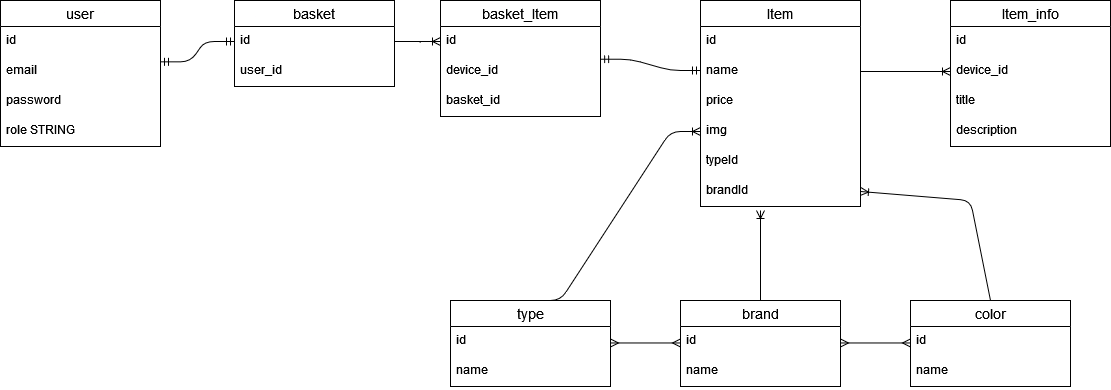
DmitriyChvanov/SPO-1 keeps this draw.io diagram as SPO1.drawio.png. Above is the earlier version. Source tidied: cells renumbered, new cells last; positions are measured from the earlier drawing's top-left corner, leaving out a move shared by most shapes. The source it was exported from:
```xml
<mxGraphModel>
  <root>
    <mxCell id="0" />
    <mxCell id="1" parent="0" />
    <mxCell id="2" value="user" style="swimlane;fontStyle=0;horizontal=1;startSize=26;align=center;fontSize=14;" parent="1" vertex="1">
      <mxGeometry width="160" height="146" as="geometry" />
    </mxCell>
    <mxCell id="3" value="id" style="text;strokeColor=none;fillColor=none;spacingLeft=4;spacingRight=4;overflow=hidden;fontSize=12;" parent="2" vertex="1">
      <mxGeometry y="26" width="160" height="30" as="geometry" />
    </mxCell>
    <mxCell id="4" value="email" style="text;strokeColor=none;fillColor=none;spacingLeft=4;spacingRight=4;overflow=hidden;points=[[0,0.5],[1,0.5]];portConstraint=eastwest;fontSize=12;" parent="2" vertex="1">
      <mxGeometry y="56" width="160" height="30" as="geometry" />
    </mxCell>
    <mxCell id="5" value="password" style="text;strokeColor=none;fillColor=none;spacingLeft=4;spacingRight=4;overflow=hidden;fontSize=12;" parent="2" vertex="1">
      <mxGeometry y="86" width="160" height="30" as="geometry" />
    </mxCell>
    <mxCell id="6" value="role STRING" style="text;strokeColor=none;fillColor=none;spacingLeft=4;spacingRight=4;overflow=hidden;fontSize=12;" parent="2" vertex="1">
      <mxGeometry y="116" width="160" height="30" as="geometry" />
    </mxCell>
    <mxCell id="7" value="basket" style="swimlane;fontStyle=0;horizontal=1;startSize=26;align=center;fontSize=14;" parent="1" vertex="1">
      <mxGeometry x="234" width="160" height="86" as="geometry" />
    </mxCell>
    <mxCell id="8" value="id" style="text;strokeColor=none;fillColor=none;spacingLeft=4;spacingRight=4;overflow=hidden;points=[[0,0.5],[1,0.5]];portConstraint=eastwest;fontSize=12;" parent="7" vertex="1">
      <mxGeometry y="26" width="160" height="30" as="geometry" />
    </mxCell>
    <mxCell id="9" value="user_id" style="text;strokeColor=none;fillColor=none;spacingLeft=4;spacingRight=4;overflow=hidden;fontSize=12;" parent="7" vertex="1">
      <mxGeometry y="56" width="160" height="30" as="geometry" />
    </mxCell>
    <mxCell id="10" style="edgeStyle=entityRelationEdgeStyle;fontSize=12;html=1;endArrow=ERmandOne;startArrow=ERmandOne;exitX=1;exitY=0.178;exitDx=0;exitDy=0;exitPerimeter=0;entryX=0;entryY=0.5;entryDx=0;entryDy=0;" parent="1" edge="1" source="4" target="8">
      <mxGeometry relative="1" as="geometry" />
    </mxCell>
    <mxCell id="11" value="Item" style="swimlane;fontStyle=0;horizontal=1;startSize=26;align=center;fontSize=14;" parent="1" vertex="1">
      <mxGeometry x="700" width="160" height="206" as="geometry" />
    </mxCell>
    <mxCell id="12" value="id" style="text;strokeColor=none;fillColor=none;spacingLeft=4;spacingRight=4;overflow=hidden;fontSize=12;" parent="11" vertex="1">
      <mxGeometry y="26" width="160" height="30" as="geometry" />
    </mxCell>
    <mxCell id="13" value="name" style="text;strokeColor=none;fillColor=none;spacingLeft=4;spacingRight=4;overflow=hidden;points=[[0,0.5],[1,0.5]];portConstraint=eastwest;fontSize=12;" parent="11" vertex="1">
      <mxGeometry y="56" width="160" height="30" as="geometry" />
    </mxCell>
    <mxCell id="14" value="price" style="text;strokeColor=none;fillColor=none;spacingLeft=4;spacingRight=4;overflow=hidden;fontSize=12;" parent="11" vertex="1">
      <mxGeometry y="86" width="160" height="30" as="geometry" />
    </mxCell>
    <mxCell id="15" value="img" style="text;strokeColor=none;fillColor=none;spacingLeft=4;spacingRight=4;overflow=hidden;points=[[0,0.5],[1,0.5]];portConstraint=eastwest;fontSize=12;" parent="11" vertex="1">
      <mxGeometry y="116" width="160" height="30" as="geometry" />
    </mxCell>
    <mxCell id="16" value="typeId" style="text;strokeColor=none;fillColor=none;spacingLeft=4;spacingRight=4;overflow=hidden;fontSize=12;" parent="11" vertex="1">
      <mxGeometry y="146" width="160" height="30" as="geometry" />
    </mxCell>
    <mxCell id="17" value="brandId" style="text;strokeColor=none;fillColor=none;spacingLeft=4;spacingRight=4;overflow=hidden;points=[[0,0.5],[1,0.5]];portConstraint=eastwest;fontSize=12;" parent="11" vertex="1">
      <mxGeometry y="176" width="160" height="30" as="geometry" />
    </mxCell>
    <mxCell id="18" value="type" style="swimlane;fontStyle=0;horizontal=1;startSize=26;align=center;fontSize=14;" parent="1" vertex="1">
      <mxGeometry x="450" y="300" width="160" height="86" as="geometry" />
    </mxCell>
    <mxCell id="19" value="id" style="text;strokeColor=none;fillColor=none;spacingLeft=4;spacingRight=4;overflow=hidden;fontSize=12;" parent="18" vertex="1">
      <mxGeometry y="26" width="160" height="30" as="geometry" />
    </mxCell>
    <mxCell id="20" value="name" style="text;strokeColor=none;fillColor=none;spacingLeft=4;spacingRight=4;overflow=hidden;points=[[0,0.5],[1,0.5]];portConstraint=eastwest;fontSize=12;" parent="18" vertex="1">
      <mxGeometry y="56" width="160" height="30" as="geometry" />
    </mxCell>
    <mxCell id="21" value="brand" style="swimlane;fontStyle=0;horizontal=1;startSize=26;align=center;fontSize=14;" parent="1" vertex="1">
      <mxGeometry x="680" y="300" width="160" height="86" as="geometry" />
    </mxCell>
    <mxCell id="22" value="id" style="text;strokeColor=none;fillColor=none;spacingLeft=4;spacingRight=4;overflow=hidden;points=[[0,0.5],[1,0.5]];portConstraint=eastwest;fontSize=12;" parent="21" vertex="1">
      <mxGeometry y="26" width="160" height="30" as="geometry" />
    </mxCell>
    <mxCell id="23" value="name" style="text;strokeColor=none;fillColor=none;spacingLeft=4;spacingRight=4;overflow=hidden;points=[[0,0.5],[1,0.5]];portConstraint=eastwest;fontSize=12;" parent="21" vertex="1">
      <mxGeometry y="56" width="160" height="30" as="geometry" />
    </mxCell>
    <mxCell id="24" style="edgeStyle=entityRelationEdgeStyle;fontSize=12;html=1;endArrow=ERoneToMany;exitX=0.5;exitY=0;exitDx=0;exitDy=0;entryX=0;entryY=0.5;entryDx=0;entryDy=0;" parent="1" edge="1" source="18" target="15">
      <mxGeometry relative="1" as="geometry" />
    </mxCell>
    <mxCell id="25" style="fontSize=12;html=1;endArrow=ERoneToMany;exitX=0.5;exitY=0;exitDx=0;exitDy=0;" parent="1" edge="1" source="21">
      <mxGeometry relative="1" as="geometry">
        <mxPoint x="760" y="210" as="targetPoint" />
      </mxGeometry>
    </mxCell>
    <mxCell id="26" style="edgeStyle=entityRelationEdgeStyle;fontSize=12;html=1;endArrow=ERmany;startArrow=ERmany;exitX=1;exitY=0.5;exitDx=0;exitDy=0;entryX=0;entryY=0.5;entryDx=0;entryDy=0;" parent="1" edge="1">
      <mxGeometry relative="1" as="geometry">
        <mxPoint x="840" y="342.5" as="sourcePoint" />
        <mxPoint x="910" y="342.5" as="targetPoint" />
      </mxGeometry>
    </mxCell>
    <mxCell id="27" value="Item_info" style="swimlane;fontStyle=0;horizontal=1;startSize=26;align=center;fontSize=14;" parent="1" vertex="1">
      <mxGeometry x="950" width="160" height="146" as="geometry" />
    </mxCell>
    <mxCell id="28" value="id" style="text;strokeColor=none;fillColor=none;spacingLeft=4;spacingRight=4;overflow=hidden;fontSize=12;" parent="27" vertex="1">
      <mxGeometry y="26" width="160" height="30" as="geometry" />
    </mxCell>
    <mxCell id="29" value="device_id" style="text;strokeColor=none;fillColor=none;spacingLeft=4;spacingRight=4;overflow=hidden;points=[[0,0.5],[1,0.5]];portConstraint=eastwest;fontSize=12;" parent="27" vertex="1">
      <mxGeometry y="56" width="160" height="30" as="geometry" />
    </mxCell>
    <mxCell id="30" value="title" style="text;strokeColor=none;fillColor=none;spacingLeft=4;spacingRight=4;overflow=hidden;fontSize=12;" parent="27" vertex="1">
      <mxGeometry y="86" width="160" height="30" as="geometry" />
    </mxCell>
    <mxCell id="31" value="description" style="text;strokeColor=none;fillColor=none;spacingLeft=4;spacingRight=4;overflow=hidden;fontSize=12;" parent="27" vertex="1">
      <mxGeometry y="116" width="160" height="30" as="geometry" />
    </mxCell>
    <mxCell id="32" style="edgeStyle=entityRelationEdgeStyle;fontSize=12;html=1;endArrow=ERoneToMany;exitX=1;exitY=0.5;exitDx=0;exitDy=0;entryX=0;entryY=0.5;entryDx=0;entryDy=0;" parent="1" edge="1" source="13" target="29">
      <mxGeometry relative="1" as="geometry" />
    </mxCell>
    <mxCell id="33" value="basket_Item" style="swimlane;fontStyle=0;horizontal=1;startSize=26;align=center;fontSize=14;" parent="1" vertex="1">
      <mxGeometry x="440" width="160" height="116" as="geometry" />
    </mxCell>
    <mxCell id="34" value="id" style="text;strokeColor=none;fillColor=none;spacingLeft=4;spacingRight=4;overflow=hidden;points=[[0,0.5],[1,0.5]];portConstraint=eastwest;fontSize=12;" parent="33" vertex="1">
      <mxGeometry y="26" width="160" height="30" as="geometry" />
    </mxCell>
    <mxCell id="35" value="device_id" style="text;strokeColor=none;fillColor=none;spacingLeft=4;spacingRight=4;overflow=hidden;points=[[0,0.5],[1,0.5]];portConstraint=eastwest;fontSize=12;" parent="33" vertex="1">
      <mxGeometry y="56" width="160" height="30" as="geometry" />
    </mxCell>
    <mxCell id="36" value="basket_id" style="text;strokeColor=none;fillColor=none;spacingLeft=4;spacingRight=4;overflow=hidden;fontSize=12;" parent="33" vertex="1">
      <mxGeometry y="86" width="160" height="30" as="geometry" />
    </mxCell>
    <mxCell id="37" style="edgeStyle=entityRelationEdgeStyle;fontSize=12;html=1;endArrow=ERoneToMany;exitX=1;exitY=0.5;exitDx=0;exitDy=0;entryX=0;entryY=0.5;entryDx=0;entryDy=0;" parent="1" edge="1" source="8" target="34">
      <mxGeometry relative="1" as="geometry" />
    </mxCell>
    <mxCell id="38" style="edgeStyle=entityRelationEdgeStyle;fontSize=12;html=1;endArrow=ERmandOne;startArrow=ERmandOne;exitX=1.001;exitY=0.091;exitDx=0;exitDy=0;exitPerimeter=0;" parent="1" edge="1" source="35">
      <mxGeometry relative="1" as="geometry">
        <mxPoint x="700" y="70" as="targetPoint" />
      </mxGeometry>
    </mxCell>
    <mxCell id="39" value="color" style="swimlane;fontStyle=0;horizontal=1;startSize=26;align=center;fontSize=14;" parent="1" vertex="1">
      <mxGeometry x="910" y="300" width="160" height="86" as="geometry" />
    </mxCell>
    <mxCell id="40" value="id" style="text;strokeColor=none;fillColor=none;spacingLeft=4;spacingRight=4;overflow=hidden;fontSize=12;" parent="39" vertex="1">
      <mxGeometry y="26" width="160" height="30" as="geometry" />
    </mxCell>
    <mxCell id="41" value="name" style="text;strokeColor=none;fillColor=none;spacingLeft=4;spacingRight=4;overflow=hidden;fontSize=12;" parent="39" vertex="1">
      <mxGeometry y="56" width="160" height="30" as="geometry" />
    </mxCell>
    <mxCell id="42" style="edgeStyle=entityRelationEdgeStyle;fontSize=12;html=1;endArrow=ERmany;startArrow=ERmany;exitX=1;exitY=0.5;exitDx=0;exitDy=0;entryX=0;entryY=0.5;entryDx=0;entryDy=0;" parent="1" edge="1">
      <mxGeometry relative="1" as="geometry">
        <mxPoint x="610" y="342.5" as="sourcePoint" />
        <mxPoint x="680" y="342.5" as="targetPoint" />
      </mxGeometry>
    </mxCell>
    <mxCell id="43" style="fontSize=12;html=1;endArrow=ERoneToMany;exitX=0.5;exitY=0;exitDx=0;exitDy=0;entryX=1;entryY=0.5;entryDx=0;entryDy=0;" parent="1" edge="1" source="39" target="17">
      <mxGeometry relative="1" as="geometry">
        <Array as="points">
          <mxPoint x="970" y="200" />
        </Array>
      </mxGeometry>
    </mxCell>
  </root>
</mxGraphModel>
```
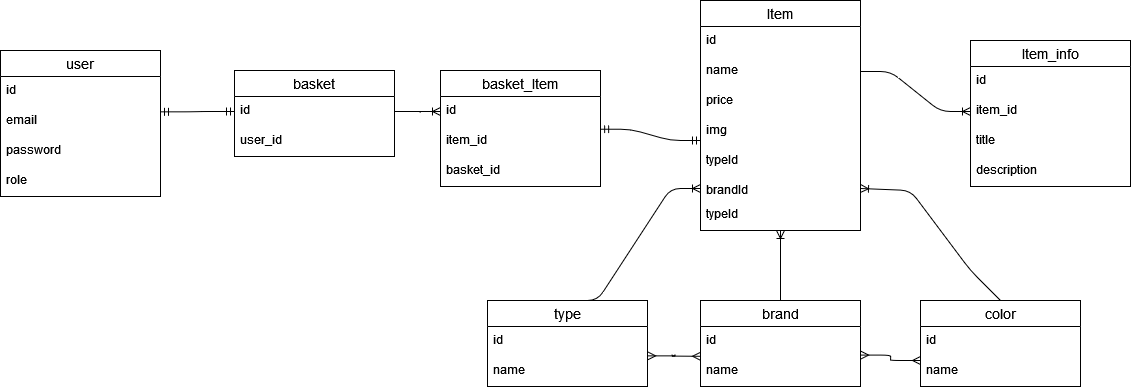
After the commit.

What changed in the source:
```diff
@@ -3,7 +3,7 @@
     <mxCell id="0" />
     <mxCell id="1" parent="0" />
     <mxCell id="2" value="user" style="swimlane;fontStyle=0;horizontal=1;startSize=26;align=center;fontSize=14;" parent="1" vertex="1">
-      <mxGeometry width="160" height="146" as="geometry" />
+      <mxGeometry y="-20" width="160" height="146" as="geometry" />
     </mxCell>
     <mxCell id="3" value="id" style="text;strokeColor=none;fillColor=none;spacingLeft=4;spacingRight=4;overflow=hidden;fontSize=12;" parent="2" vertex="1">
       <mxGeometry y="26" width="160" height="30" as="geometry" />
@@ -14,7 +14,7 @@
     <mxCell id="5" value="password" style="text;strokeColor=none;fillColor=none;spacingLeft=4;spacingRight=4;overflow=hidden;fontSize=12;" parent="2" vertex="1">
       <mxGeometry y="86" width="160" height="30" as="geometry" />
     </mxCell>
-    <mxCell id="6" value="role STRING" style="text;strokeColor=none;fillColor=none;spacingLeft=4;spacingRight=4;overflow=hidden;fontSize=12;" parent="2" vertex="1">
+    <mxCell id="6" value="role" style="text;strokeColor=none;fillColor=none;spacingLeft=4;spacingRight=4;overflow=hidden;fontSize=12;" parent="2" vertex="1">
       <mxGeometry y="116" width="160" height="30" as="geometry" />
     </mxCell>
     <mxCell id="7" value="basket" style="swimlane;fontStyle=0;horizontal=1;startSize=26;align=center;fontSize=14;" parent="1" vertex="1">
@@ -30,7 +30,7 @@
       <mxGeometry relative="1" as="geometry" />
     </mxCell>
     <mxCell id="11" value="Item" style="swimlane;fontStyle=0;horizontal=1;startSize=26;align=center;fontSize=14;" parent="1" vertex="1">
-      <mxGeometry x="700" width="160" height="206" as="geometry" />
+      <mxGeometry x="700" y="-70" width="160" height="230" as="geometry" />
     </mxCell>
     <mxCell id="12" value="id" style="text;strokeColor=none;fillColor=none;spacingLeft=4;spacingRight=4;overflow=hidden;fontSize=12;" parent="11" vertex="1">
       <mxGeometry y="26" width="160" height="30" as="geometry" />
@@ -48,10 +48,13 @@
       <mxGeometry y="146" width="160" height="30" as="geometry" />
     </mxCell>
     <mxCell id="17" value="brandId" style="text;strokeColor=none;fillColor=none;spacingLeft=4;spacingRight=4;overflow=hidden;points=[[0,0.5],[1,0.5]];portConstraint=eastwest;fontSize=12;" parent="11" vertex="1">
-      <mxGeometry y="176" width="160" height="30" as="geometry" />
+      <mxGeometry y="176" width="160" height="24" as="geometry" />
     </mxCell>
+    <mxCell id="44" value="typeId" style="text;strokeColor=none;fillColor=none;spacingLeft=4;spacingRight=4;overflow=hidden;fontSize=12;" parent="11" vertex="1">
+      <mxGeometry y="200" width="160" height="30" as="geometry" />
+    </mxCell>
     <mxCell id="18" value="type" style="swimlane;fontStyle=0;horizontal=1;startSize=26;align=center;fontSize=14;" parent="1" vertex="1">
-      <mxGeometry x="450" y="300" width="160" height="86" as="geometry" />
+      <mxGeometry x="487" y="230" width="160" height="86" as="geometry" />
     </mxCell>
     <mxCell id="19" value="id" style="text;strokeColor=none;fillColor=none;spacingLeft=4;spacingRight=4;overflow=hidden;fontSize=12;" parent="18" vertex="1">
       <mxGeometry y="26" width="160" height="30" as="geometry" />
@@ -60,7 +63,7 @@
       <mxGeometry y="56" width="160" height="30" as="geometry" />
     </mxCell>
     <mxCell id="21" value="brand" style="swimlane;fontStyle=0;horizontal=1;startSize=26;align=center;fontSize=14;" parent="1" vertex="1">
-      <mxGeometry x="680" y="300" width="160" height="86" as="geometry" />
+      <mxGeometry x="700" y="230" width="160" height="86" as="geometry" />
     </mxCell>
     <mxCell id="22" value="id" style="text;strokeColor=none;fillColor=none;spacingLeft=4;spacingRight=4;overflow=hidden;points=[[0,0.5],[1,0.5]];portConstraint=eastwest;fontSize=12;" parent="21" vertex="1">
       <mxGeometry y="26" width="160" height="30" as="geometry" />
@@ -68,27 +71,31 @@
     <mxCell id="23" value="name" style="text;strokeColor=none;fillColor=none;spacingLeft=4;spacingRight=4;overflow=hidden;points=[[0,0.5],[1,0.5]];portConstraint=eastwest;fontSize=12;" parent="21" vertex="1">
       <mxGeometry y="56" width="160" height="30" as="geometry" />
     </mxCell>
-    <mxCell id="24" style="edgeStyle=entityRelationEdgeStyle;fontSize=12;html=1;endArrow=ERoneToMany;exitX=0.5;exitY=0;exitDx=0;exitDy=0;entryX=0;entryY=0.5;entryDx=0;entryDy=0;" parent="1" edge="1" source="18" target="15">
+    <mxCell id="24" style="edgeStyle=entityRelationEdgeStyle;fontSize=12;html=1;endArrow=ERoneToMany;exitX=0.5;exitY=0;exitDx=0;exitDy=0;entryX=0;entryY=0.5;entryDx=0;entryDy=0;" parent="1" edge="1" source="18" target="17">
       <mxGeometry relative="1" as="geometry" />
     </mxCell>
-    <mxCell id="25" style="fontSize=12;html=1;endArrow=ERoneToMany;exitX=0.5;exitY=0;exitDx=0;exitDy=0;" parent="1" edge="1" source="21">
-      <mxGeometry relative="1" as="geometry">
-        <mxPoint x="760" y="210" as="targetPoint" />
-      </mxGeometry>
+    <mxCell id="25" style="fontSize=12;html=1;endArrow=ERoneToMany;exitX=0.5;exitY=0;exitDx=0;exitDy=0;entryX=0.5;entryY=1;entryDx=0;entryDy=0;" parent="1" edge="1" source="21" target="11">
+      <mxGeometry relative="1" as="geometry" />
     </mxCell>
-    <mxCell id="26" style="edgeStyle=entityRelationEdgeStyle;fontSize=12;html=1;endArrow=ERmany;startArrow=ERmany;exitX=1;exitY=0.5;exitDx=0;exitDy=0;entryX=0;entryY=0.5;entryDx=0;entryDy=0;" parent="1" edge="1">
+    <mxCell id="26" style="edgeStyle=entityRelationEdgeStyle;fontSize=12;html=1;endArrow=ERmany;startArrow=ERmany;exitX=1.001;exitY=-0.047;exitDx=0;exitDy=0;exitPerimeter=0;" parent="1" edge="1" source="23">
       <mxGeometry relative="1" as="geometry">
-        <mxPoint x="840" y="342.5" as="sourcePoint" />
-        <mxPoint x="910" y="342.5" as="targetPoint" />
+        <mxPoint x="920" y="290" as="targetPoint" />
+        <Array as="points">
+          <mxPoint x="890" y="280" />
+          <mxPoint x="890" y="290" />
+          <mxPoint x="910" y="290" />
+          <mxPoint x="910" y="290" />
+          <mxPoint x="890" y="290" />
+        </Array>
       </mxGeometry>
     </mxCell>
     <mxCell id="27" value="Item_info" style="swimlane;fontStyle=0;horizontal=1;startSize=26;align=center;fontSize=14;" parent="1" vertex="1">
-      <mxGeometry x="950" width="160" height="146" as="geometry" />
+      <mxGeometry x="970" y="-30" width="160" height="146" as="geometry" />
     </mxCell>
     <mxCell id="28" value="id" style="text;strokeColor=none;fillColor=none;spacingLeft=4;spacingRight=4;overflow=hidden;fontSize=12;" parent="27" vertex="1">
       <mxGeometry y="26" width="160" height="30" as="geometry" />
     </mxCell>
-    <mxCell id="29" value="device_id" style="text;strokeColor=none;fillColor=none;spacingLeft=4;spacingRight=4;overflow=hidden;points=[[0,0.5],[1,0.5]];portConstraint=eastwest;fontSize=12;" parent="27" vertex="1">
+    <mxCell id="29" value="item_id" style="text;strokeColor=none;fillColor=none;spacingLeft=4;spacingRight=4;overflow=hidden;points=[[0,0.5],[1,0.5]];portConstraint=eastwest;fontSize=12;" parent="27" vertex="1">
       <mxGeometry y="56" width="160" height="30" as="geometry" />
     </mxCell>
     <mxCell id="30" value="title" style="text;strokeColor=none;fillColor=none;spacingLeft=4;spacingRight=4;overflow=hidden;fontSize=12;" parent="27" vertex="1">
@@ -106,7 +113,7 @@
     <mxCell id="34" value="id" style="text;strokeColor=none;fillColor=none;spacingLeft=4;spacingRight=4;overflow=hidden;points=[[0,0.5],[1,0.5]];portConstraint=eastwest;fontSize=12;" parent="33" vertex="1">
       <mxGeometry y="26" width="160" height="30" as="geometry" />
     </mxCell>
-    <mxCell id="35" value="device_id" style="text;strokeColor=none;fillColor=none;spacingLeft=4;spacingRight=4;overflow=hidden;points=[[0,0.5],[1,0.5]];portConstraint=eastwest;fontSize=12;" parent="33" vertex="1">
+    <mxCell id="35" value="item_id" style="text;strokeColor=none;fillColor=none;spacingLeft=4;spacingRight=4;overflow=hidden;points=[[0,0.5],[1,0.5]];portConstraint=eastwest;fontSize=12;" parent="33" vertex="1">
       <mxGeometry y="56" width="160" height="30" as="geometry" />
     </mxCell>
     <mxCell id="36" value="basket_id" style="text;strokeColor=none;fillColor=none;spacingLeft=4;spacingRight=4;overflow=hidden;fontSize=12;" parent="33" vertex="1">
@@ -121,7 +128,7 @@
       </mxGeometry>
     </mxCell>
     <mxCell id="39" value="color" style="swimlane;fontStyle=0;horizontal=1;startSize=26;align=center;fontSize=14;" parent="1" vertex="1">
-      <mxGeometry x="910" y="300" width="160" height="86" as="geometry" />
+      <mxGeometry x="920" y="230" width="160" height="86" as="geometry" />
     </mxCell>
     <mxCell id="40" value="id" style="text;strokeColor=none;fillColor=none;spacingLeft=4;spacingRight=4;overflow=hidden;fontSize=12;" parent="39" vertex="1">
       <mxGeometry y="26" width="160" height="30" as="geometry" />
@@ -129,16 +136,14 @@
     <mxCell id="41" value="name" style="text;strokeColor=none;fillColor=none;spacingLeft=4;spacingRight=4;overflow=hidden;fontSize=12;" parent="39" vertex="1">
       <mxGeometry y="56" width="160" height="30" as="geometry" />
     </mxCell>
-    <mxCell id="42" style="edgeStyle=entityRelationEdgeStyle;fontSize=12;html=1;endArrow=ERmany;startArrow=ERmany;exitX=1;exitY=0.5;exitDx=0;exitDy=0;entryX=0;entryY=0.5;entryDx=0;entryDy=0;" parent="1" edge="1">
-      <mxGeometry relative="1" as="geometry">
-        <mxPoint x="610" y="342.5" as="sourcePoint" />
-        <mxPoint x="680" y="342.5" as="targetPoint" />
-      </mxGeometry>
+    <mxCell id="42" style="edgeStyle=entityRelationEdgeStyle;fontSize=12;html=1;endArrow=ERmany;startArrow=ERmany;exitX=1.001;exitY=-0.021;exitDx=0;exitDy=0;entryX=0;entryY=0.993;entryDx=0;entryDy=0;entryPerimeter=0;exitPerimeter=0;" parent="1" edge="1" source="20" target="22">
+      <mxGeometry relative="1" as="geometry" />
     </mxCell>
     <mxCell id="43" style="fontSize=12;html=1;endArrow=ERoneToMany;exitX=0.5;exitY=0;exitDx=0;exitDy=0;entryX=1;entryY=0.5;entryDx=0;entryDy=0;" parent="1" edge="1" source="39" target="17">
       <mxGeometry relative="1" as="geometry">
         <Array as="points">
           <mxPoint x="970" y="200" />
+          <mxPoint x="910" y="120" />
         </Array>
       </mxGeometry>
     </mxCell>
```
